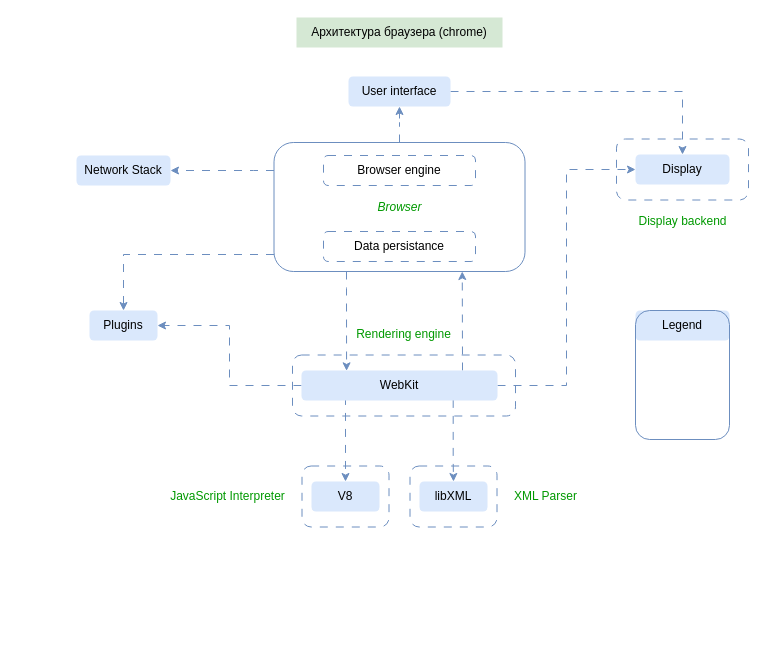
orlov-oleg-developer/uml-diagrams keeps this draw.io diagram as page "Chrome" (2 of 4) of Web/Browser.drawio. Above is the earlier version. Source tidied: cells renumbered, new cells numbered last; positions are measured from the earlier drawing's top-left corner, leaving out a move shared by most shapes. Both pictures are drawn from the tidied source at 100%, with x=0, y=0 at pixel (76, 17).
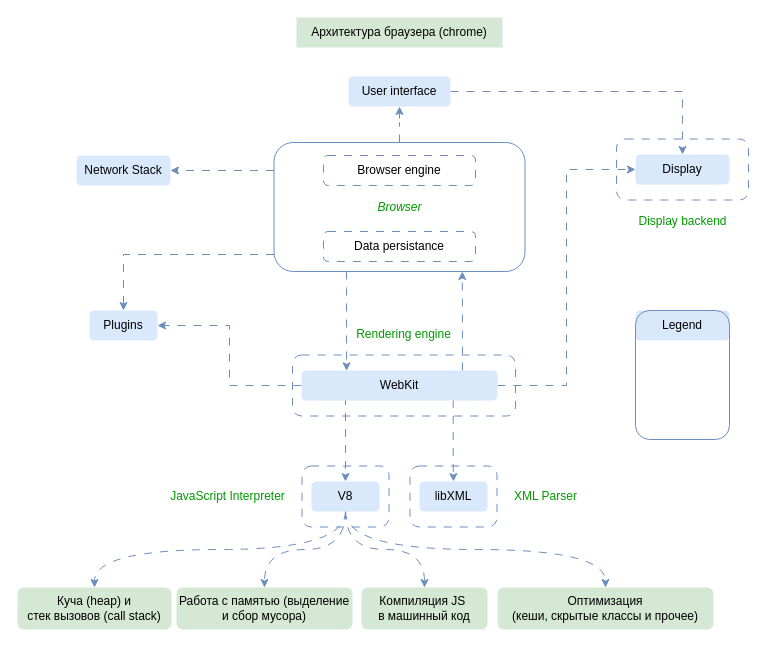
After the change.

Unchanged cells that the change refers to:
```xml
<mxCell id="21" value="V8" style="text;html=1;strokeColor=none;fillColor=#dae8fc;align=center;verticalAlign=middle;whiteSpace=wrap;rounded=1;" parent="1" vertex="1">
  <mxGeometry x="235" y="464" width="68" height="30" as="geometry" />
</mxCell>
```

Diff of the diagram source:
```diff
@@
+    <mxCell id="26" style="text;html=1;strokeColor=#6C8EBF;fillColor=none;align=center;verticalAlign=middle;whiteSpace=wrap;rounded=1;dashed=1;dashPattern=8 8;" parent="1" vertex="1">
+      <mxGeometry x="225.5" y="448.5" width="87" height="61" as="geometry" />
+    </mxCell>
@@
+    <mxCell id="33" style="edgeStyle=orthogonalEdgeStyle;shape=connector;rounded=0;jettySize=auto;html=1;entryX=0.5;entryY=0;entryDx=0;entryDy=0;dashed=1;dashPattern=8 8;labelBackgroundColor=default;strokeColor=#6c8ebf;align=center;verticalAlign=middle;fontFamily=Helvetica;fontSize=11;fontColor=default;endArrow=classic;fillColor=#dae8fc;curved=1;exitX=0.5;exitY=1;exitDx=0;exitDy=0;" parent="1" edge="1" source="21" target="37">
+      <mxGeometry relative="1" as="geometry" />
+    </mxCell>
+    <mxCell id="34" style="edgeStyle=orthogonalEdgeStyle;shape=connector;rounded=0;jettySize=auto;html=1;entryX=0.5;entryY=0;entryDx=0;entryDy=0;dashed=1;dashPattern=8 8;labelBackgroundColor=default;strokeColor=#6c8ebf;align=center;verticalAlign=middle;fontFamily=Helvetica;fontSize=11;fontColor=default;endArrow=classic;fillColor=#dae8fc;curved=1;" parent="1" edge="1" source="21" target="38">
+      <mxGeometry relative="1" as="geometry" />
+    </mxCell>
+    <mxCell id="35" style="edgeStyle=orthogonalEdgeStyle;shape=connector;rounded=0;jettySize=auto;html=1;entryX=0.5;entryY=0;entryDx=0;entryDy=0;dashed=1;dashPattern=8 8;labelBackgroundColor=default;strokeColor=#6c8ebf;align=center;verticalAlign=middle;fontFamily=Helvetica;fontSize=11;fontColor=default;endArrow=classic;fillColor=#dae8fc;curved=1;exitX=0.5;exitY=1;exitDx=0;exitDy=0;" parent="1" edge="1" source="21" target="39">
+      <mxGeometry relative="1" as="geometry" />
+    </mxCell>
+    <mxCell id="36" style="edgeStyle=orthogonalEdgeStyle;shape=connector;rounded=0;jettySize=auto;html=1;entryX=0.5;entryY=0;entryDx=0;entryDy=0;dashed=1;dashPattern=8 8;labelBackgroundColor=default;strokeColor=#6c8ebf;align=center;verticalAlign=middle;fontFamily=Helvetica;fontSize=11;fontColor=default;endArrow=classic;fillColor=#dae8fc;curved=1;exitX=0.5;exitY=1;exitDx=0;exitDy=0;" parent="1" edge="1" source="21" target="40">
+      <mxGeometry relative="1" as="geometry" />
+    </mxCell>
@@
-    <mxCell id="26" style="text;html=1;strokeColor=#6C8EBF;fillColor=none;align=center;verticalAlign=middle;whiteSpace=wrap;rounded=1;dashed=1;dashPattern=8 8;" parent="1" vertex="1">
-      <mxGeometry x="225.5" y="448.5" width="87" height="61" as="geometry" />
-    </mxCell>
@@
+    <mxCell id="37" value="Куча (heap) и &lt;br&gt;стек вызовов (call stack)" style="text;html=1;strokeColor=none;fillColor=#d5e8d4;align=center;verticalAlign=middle;whiteSpace=wrap;rounded=1;" parent="1" vertex="1">
+      <mxGeometry x="-59" y="570" width="154" height="42" as="geometry" />
+    </mxCell>
+    <mxCell id="38" value="Работа с памятью (выделение и сбор мусора)" style="text;html=1;strokeColor=none;fillColor=#d5e8d4;align=center;verticalAlign=middle;whiteSpace=wrap;rounded=1;" parent="1" vertex="1">
+      <mxGeometry x="100" y="570" width="176" height="42" as="geometry" />
+    </mxCell>
+    <mxCell id="39" value="Компиляция JS&amp;nbsp;&lt;br&gt;в машинный код" style="text;html=1;strokeColor=none;fillColor=#d5e8d4;align=center;verticalAlign=middle;whiteSpace=wrap;rounded=1;" parent="1" vertex="1">
+      <mxGeometry x="285" y="570" width="126" height="42" as="geometry" />
+    </mxCell>
+    <mxCell id="40" value="Оптимизация &lt;br&gt;(кеши, скрытые классы и прочее)" style="text;html=1;strokeColor=none;fillColor=#d5e8d4;align=center;verticalAlign=middle;whiteSpace=wrap;rounded=1;" parent="1" vertex="1">
+      <mxGeometry x="421" y="570" width="216" height="42" as="geometry" />
+    </mxCell>
```
